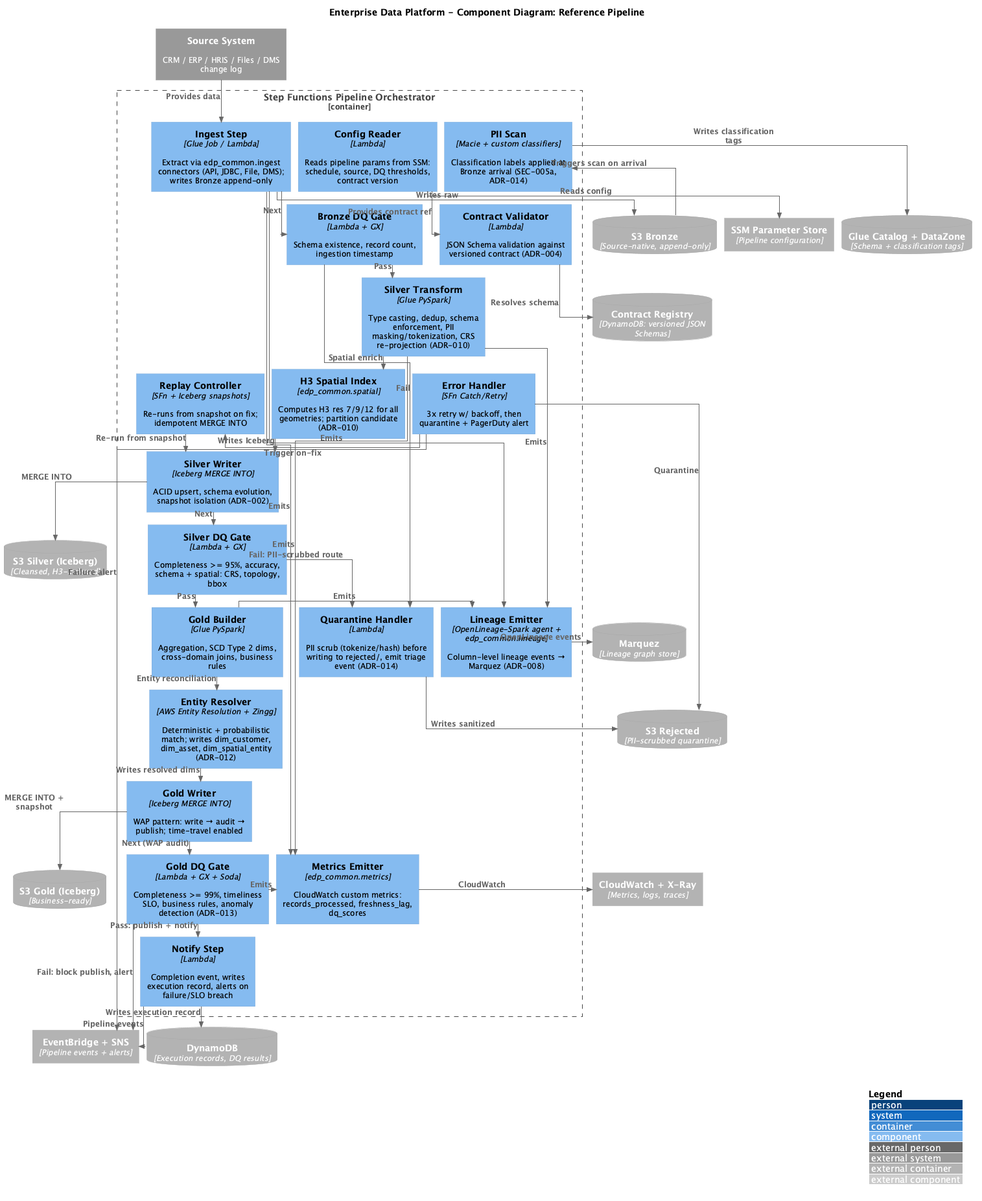
Earlier version of the PlantUML export docs/architecture/c4/c4-component-pipeline.png (AKharytonchyk/assessment-rfp).
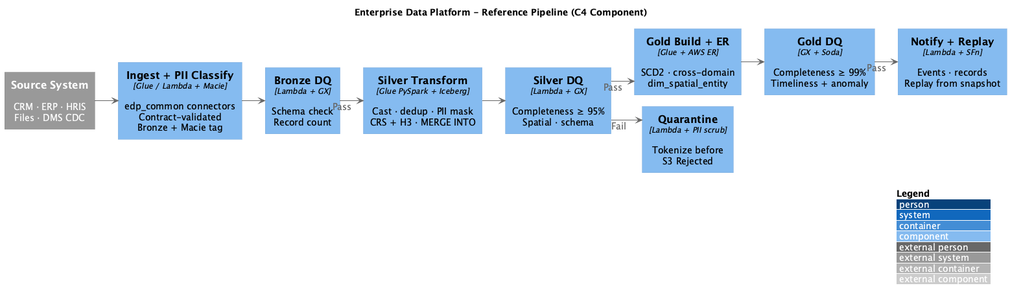
Later version of the same file.

Commit message:
Fix cramped slide 7b: re-render component pipeline true landscape

Diff of the diagram source:
```diff
@@ -2,115 +2,43 @@
 !include https://raw.githubusercontent.com/plantuml-stdlib/C4-PlantUML/master/C4_Component.puml
 
 LAYOUT_WITH_LEGEND()
-LAYOUT_TOP_DOWN()
+left to right direction
 
-skinparam nodesep 12
-skinparam ranksep 20
-skinparam defaultFontSize 12
+skinparam nodesep 18
+skinparam ranksep 36
+skinparam defaultFontSize 14
 skinparam linetype ortho
 skinparam roundCorner 6
 
-title Enterprise Data Platform - Component Diagram: Reference Pipeline
+title Enterprise Data Platform - Reference Pipeline (C4 Component)
 
-System_Ext(source, "Source System", "CRM / ERP / HRIS / Files / DMS change log")
+System_Ext(source, "Source System", "CRM · ERP · HRIS\nFiles · DMS CDC")
 
-Container_Boundary(sfn_container, "Step Functions Pipeline Orchestrator") {
+Component(ingest, "Ingest + PII Classify", "Glue / Lambda + Macie", "edp_common connectors\nContract-validated\nBronze + Macie tag")
 
-    Component(config, "Config Reader", "Lambda", "Reads pipeline params from SSM: schedule, source, DQ thresholds, contract version")
+Component(dq1, "Bronze DQ", "Lambda + GX", "Schema check\nRecord count")
 
-    Component(contract_check, "Contract Validator", "Lambda", "JSON Schema validation against versioned contract (ADR-004)")
+Component(silver, "Silver Transform", "Glue PySpark + Iceberg", "Cast · dedup · PII mask\nCRS + H3 · MERGE INTO")
 
-    Component(ingest, "Ingest Step", "Glue Job / Lambda", "Extract via edp_common.ingest connectors (API, JDBC, File, DMS); writes Bronze append-only")
+Component(dq2, "Silver DQ", "Lambda + GX", "Completeness ≥ 95%\nSpatial · schema")
 
-    Component(macie_scan, "PII Scan", "Macie + custom classifiers", "Classification labels applied at Bronze arrival (SEC-005a, ADR-014)")
+Component(gold, "Gold Build + ER", "Glue + AWS ER", "SCD2 · cross-domain\ndim_spatial_entity")
 
-    Component(dq1, "Bronze DQ Gate", "Lambda + GX", "Schema existence, record count, ingestion timestamp")
+Component(dq3, "Gold DQ", "GX + Soda", "Completeness ≥ 99%\nTimeliness + anomaly")
 
-    Component(transform, "Silver Transform", "Glue PySpark", "Type casting, dedup, schema enforcement, PII masking/tokenization, CRS re-projection (ADR-010)")
+Component(notify, "Notify + Replay", "Lambda + SFn", "Events · records\nReplay from snapshot")
 
-    Component(h3_index, "H3 Spatial Index", "edp_common.spatial", "Computes H3 res 7/9/12 for all geometries; partition candidate (ADR-010)")
+Component(quarantine, "Quarantine", "Lambda + PII scrub", "Tokenize before\nS3 Rejected")
 
-    Component(silver_write, "Silver Writer", "Iceberg MERGE INTO", "ACID upsert, schema evolution, snapshot isolation (ADR-002)")
+source --> ingest
+ingest --> dq1
+dq1 --> silver : Pass
+silver --> dq2
+dq2 --> gold : Pass
+gold --> dq3
+dq3 --> notify : Pass
 
-    Component(dq2, "Silver DQ Gate", "Lambda + GX", "Completeness >= 95%, accuracy, schema + spatial: CRS, topology, bbox")
+dq2 --> quarantine : Fail
 
-    Component(quarantine, "Quarantine Handler", "Lambda", "PII scrub (tokenize/hash) before writing to rejected/, emit triage event (ADR-014)")
-
-    Component(gold_build, "Gold Builder", "Glue PySpark", "Aggregation, SCD Type 2 dims, cross-domain joins, business rules")
-
-    Component(entity_resolve, "Entity Resolver", "AWS Entity Resolution + Zingg", "Deterministic + probabilistic match; writes dim_customer, dim_asset, dim_spatial_entity (ADR-012)")
-
-    Component(gold_write, "Gold Writer", "Iceberg MERGE INTO", "WAP pattern: write → audit → publish; time-travel enabled")
-
-    Component(dq3, "Gold DQ Gate", "Lambda + GX + Soda", "Completeness >= 99%, timeliness SLO, business rules, anomaly detection (ADR-013)")
-
-    Component(lineage, "Lineage Emitter", "OpenLineage-Spark agent + edp_common.lineage", "Column-level lineage events → Marquez (ADR-008)")
-
-    Component(metrics, "Metrics Emitter", "edp_common.metrics", "CloudWatch custom metrics: records_processed, freshness_lag, dq_scores")
-
-    Component(notify, "Notify Step", "Lambda", "Completion event, writes execution record, alerts on failure/SLO breach")
-
-    Component(error, "Error Handler", "SFn Catch/Retry", "3x retry w/ backoff, then quarantine + PagerDuty alert")
-
-    Component(replay, "Replay Controller", "SFn + Iceberg snapshots", "Re-runs from snapshot on fix; idempotent MERGE INTO")
-}
-
-Container_Ext(ssm, "SSM Parameter Store", "Pipeline configuration")
-ContainerDb_Ext(contract_reg, "Contract Registry", "DynamoDB: versioned JSON Schemas")
-ContainerDb_Ext(s3_bronze, "S3 Bronze", "Source-native, append-only")
-ContainerDb_Ext(s3_silver, "S3 Silver (Iceberg)", "Cleansed, H3-indexed")
-ContainerDb_Ext(s3_gold, "S3 Gold (Iceberg)", "Business-ready")
-ContainerDb_Ext(s3_rejected, "S3 Rejected", "PII-scrubbed quarantine")
-ContainerDb_Ext(catalog, "Glue Catalog + DataZone", "Schema + classification tags")
-ContainerDb_Ext(dynamo, "DynamoDB", "Execution records, DQ results")
-ContainerDb_Ext(marquez_ext, "Marquez", "Lineage graph store")
-Container_Ext(events, "EventBridge + SNS", "Pipeline events + alerts")
-Container_Ext(cw, "CloudWatch + X-Ray", "Metrics, logs, traces")
-
-Rel_D(config, ssm, "Reads config")
-Rel_D(config, contract_check, "Provides contract ref")
-Rel_D(contract_check, contract_reg, "Resolves schema")
-Rel_D(source, ingest, "Provides data")
-Rel_D(ingest, s3_bronze, "Writes raw")
-Rel_D(s3_bronze, macie_scan, "Triggers scan on arrival")
-Rel_D(macie_scan, catalog, "Writes classification tags")
-Rel_D(ingest, dq1, "Next")
-
-Rel_D(dq1, transform, "Pass")
-Rel_D(dq1, quarantine, "Fail")
-
-Rel_D(transform, h3_index, "Spatial enrich")
-Rel_D(h3_index, silver_write, "Writes Iceberg")
-Rel_D(silver_write, s3_silver, "MERGE INTO")
-Rel_D(silver_write, dq2, "Next")
-
-Rel_D(dq2, gold_build, "Pass")
-Rel_D(dq2, quarantine, "Fail: PII-scrubbed route")
-Rel_D(quarantine, s3_rejected, "Writes sanitized")
-
-Rel_D(gold_build, entity_resolve, "Entity reconciliation")
-Rel_D(entity_resolve, gold_write, "Writes resolved dims")
-Rel_D(gold_write, s3_gold, "MERGE INTO + snapshot")
-Rel_D(gold_write, dq3, "Next (WAP audit)")
-
-Rel_D(dq3, notify, "Pass: publish + notify")
-Rel_D(dq3, events, "Fail: block publish, alert")
-
-Rel_D(notify, events, "Pipeline events")
-Rel_D(notify, dynamo, "Writes execution record")
-
-Rel_R(error, events, "Failure alert")
-Rel_R(error, s3_rejected, "Quarantine")
-Rel_R(error, replay, "Trigger on-fix")
-Rel_D(replay, silver_write, "Re-run from snapshot")
-
-Rel_R(ingest, lineage, "Emits")
-Rel_R(transform, lineage, "Emits")
-Rel_R(gold_build, lineage, "Emits")
-Rel_R(lineage, marquez_ext, "OpenLineage events")
-Rel_R(ingest, metrics, "Emits")
-Rel_R(transform, metrics, "Emits")
-Rel_R(dq3, metrics, "Emits")
-Rel_R(metrics, cw, "CloudWatch")
 
 @enduml
```
